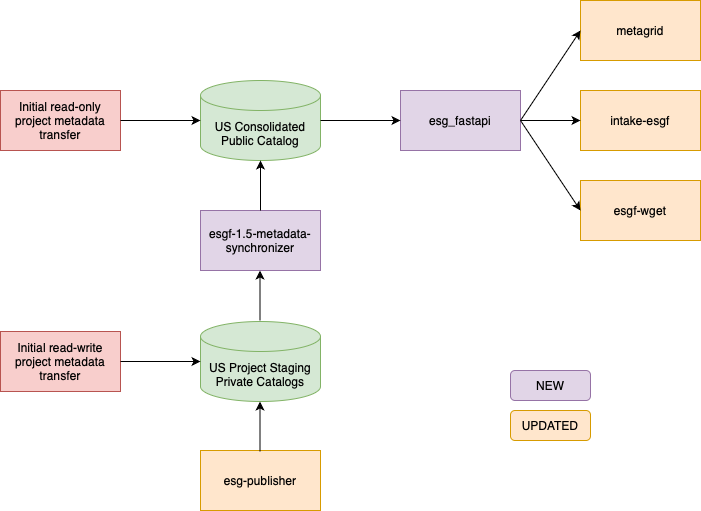
This is diagrams/ESGF-1.5 Design.drawio.png from esgf2-us/esgf-1.5-design, a draw.io export, as it was before one commit. Source tidied: cells renumbered, new cells last; positions are measured from the earlier drawing's top-left corner, leaving out a move shared by most shapes.
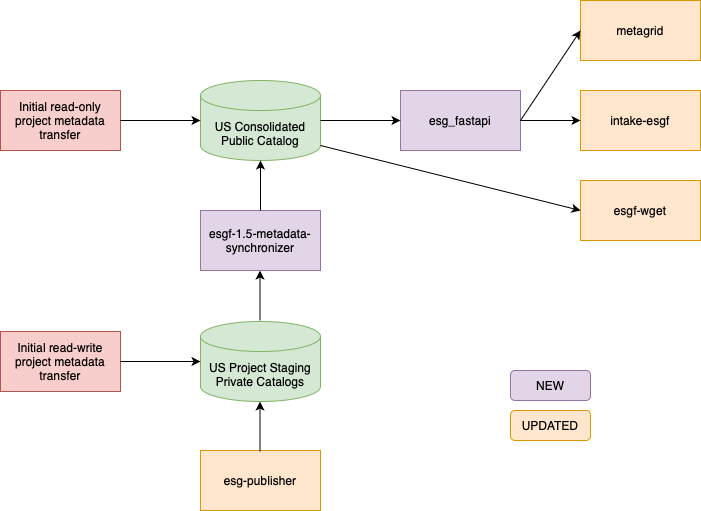
The same file after the commit.

Change to the diagram source:
```diff
@@ -29,7 +29,7 @@
     <mxCell id="10" value="esgf-wget" style="rounded=0;whiteSpace=wrap;html=1;fillColor=#ffe6cc;strokeColor=#d79b00;" parent="1" vertex="1">
       <mxGeometry x="580" y="180" width="120" height="60" as="geometry" />
     </mxCell>
-    <mxCell id="11" style="endArrow=classic;html=1;rounded=0;entryX=0;entryY=0.5;entryDx=0;entryDy=0;exitX=1;exitY=0.5;exitDx=0;exitDy=0;" parent="1" edge="1" source="6" target="10">
+    <mxCell id="11" style="endArrow=classic;html=1;rounded=0;entryX=0;entryY=0.5;entryDx=0;entryDy=0;exitX=1;exitY=1;exitDx=0;exitDy=-15;exitPerimeter=0;" parent="1" edge="1" source="2" target="10">
       <mxGeometry relative="1" as="geometry" />
     </mxCell>
     <mxCell id="12" value="Initial read-only project metadata transfer" style="rounded=0;whiteSpace=wrap;html=1;fillColor=#f8cecc;strokeColor=#b85450;" parent="1" vertex="1">
```
